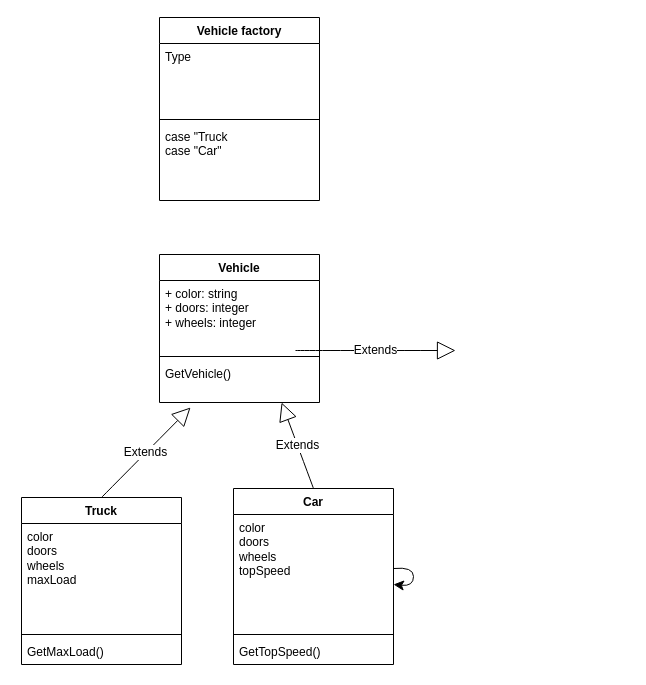
Earlier version of the draw.io diagram page "Page-2" (2 of 2) of firstTask.drawio (MacroFlower/NoroffFirst). Source tidied: cells renumbered, new cells numbered last; positions are measured from the earlier drawing's top-left corner, leaving out a move shared by most shapes. Both pictures are drawn from the tidied source at 100%, with x=0, y=0 at pixel (21, 17).
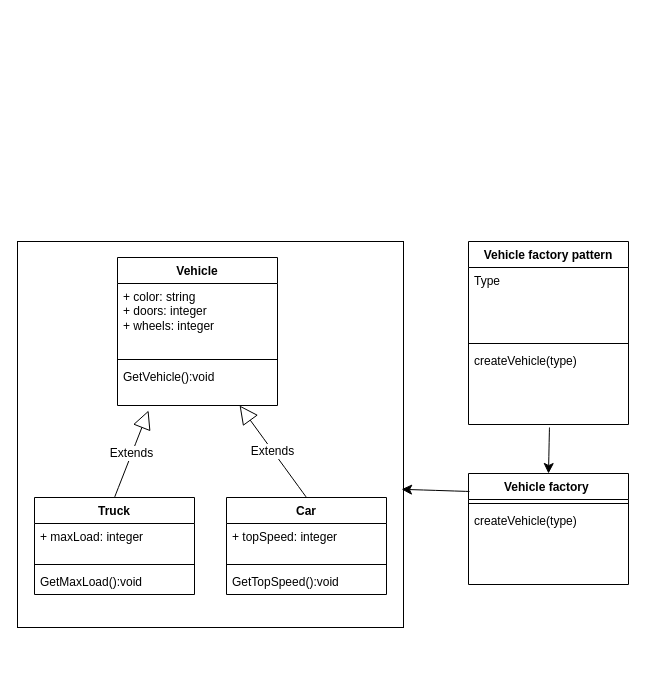
The same page after the edit.

Change to the diagram source:
```diff
@@
+    <mxCell id="22" style="whiteSpace=wrap;html=1;" parent="1" vertex="1">
+      <mxGeometry x="-4" y="224" width="386" height="386" as="geometry" />
+    </mxCell>
     <mxCell id="2" value="Truck" style="swimlane;fontStyle=1;align=center;verticalAlign=top;horizontal=1;startSize=26;whiteSpace=wrap;html=1;" parent="1" vertex="1">
-      <mxGeometry y="480" width="160" height="167" as="geometry" />
+      <mxGeometry x="13" y="480" width="160" height="97" as="geometry" />
     </mxCell>
-    <mxCell id="3" value="color&lt;div&gt;doors&lt;/div&gt;&lt;div&gt;wheels&lt;/div&gt;&lt;div&gt;maxLoad&lt;/div&gt;" style="text;strokeColor=none;fillColor=none;align=left;verticalAlign=top;spacingLeft=4;spacingRight=4;overflow=hidden;whiteSpace=wrap;html=1;" parent="2" vertex="1">
-      <mxGeometry y="26" width="160" height="107" as="geometry" />
+    <mxCell id="3" value="&lt;div&gt;+ maxLoad: integer&lt;/div&gt;" style="text;strokeColor=none;fillColor=none;align=left;verticalAlign=top;spacingLeft=4;spacingRight=4;overflow=hidden;whiteSpace=wrap;html=1;" parent="2" vertex="1">
+      <mxGeometry y="26" width="160" height="37" as="geometry" />
     </mxCell>
     <mxCell id="4" style="line;strokeWidth=1;fillColor=none;align=left;verticalAlign=middle;spacingTop=-1;spacingLeft=3;spacingRight=3;labelPosition=right;strokeColor=inherit;" parent="2" vertex="1">
-      <mxGeometry y="133" width="160" height="8" as="geometry" />
+      <mxGeometry y="63" width="160" height="8" as="geometry" />
     </mxCell>
-    <mxCell id="5" value="GetMaxLoad()" style="text;strokeColor=none;fillColor=none;align=left;verticalAlign=top;spacingLeft=4;spacingRight=4;overflow=hidden;whiteSpace=wrap;html=1;" parent="2" vertex="1">
-      <mxGeometry y="141" width="160" height="26" as="geometry" />
+    <mxCell id="5" value="GetMaxLoad():void" style="text;strokeColor=none;fillColor=none;align=left;verticalAlign=top;spacingLeft=4;spacingRight=4;overflow=hidden;whiteSpace=wrap;html=1;" parent="2" vertex="1">
+      <mxGeometry y="71" width="160" height="26" as="geometry" />
     </mxCell>
     <mxCell id="6" value="Car" style="swimlane;fontStyle=1;align=center;verticalAlign=top;horizontal=1;startSize=26;whiteSpace=wrap;html=1;" parent="1" vertex="1">
-      <mxGeometry x="212" y="471" width="160" height="176" as="geometry" />
+      <mxGeometry x="205" y="480" width="160" height="97" as="geometry" />
     </mxCell>
-    <mxCell id="7" value="color&lt;div&gt;doors&lt;/div&gt;&lt;div&gt;wheels&lt;/div&gt;&lt;div&gt;topSpeed&lt;/div&gt;" style="text;strokeColor=none;fillColor=none;align=left;verticalAlign=top;spacingLeft=4;spacingRight=4;overflow=hidden;whiteSpace=wrap;html=1;" parent="6" vertex="1">
-      <mxGeometry y="26" width="160" height="116" as="geometry" />
+    <mxCell id="7" value="&lt;div&gt;+ topSpeed: integer&lt;/div&gt;" style="text;strokeColor=none;fillColor=none;align=left;verticalAlign=top;spacingLeft=4;spacingRight=4;overflow=hidden;whiteSpace=wrap;html=1;" parent="6" vertex="1">
+      <mxGeometry y="26" width="160" height="37" as="geometry" />
     </mxCell>
     <mxCell id="8" style="line;strokeWidth=1;fillColor=none;align=left;verticalAlign=middle;spacingTop=-1;spacingLeft=3;spacingRight=3;labelPosition=right;strokeColor=inherit;" parent="6" vertex="1">
-      <mxGeometry y="142" width="160" height="8" as="geometry" />
+      <mxGeometry y="63" width="160" height="8" as="geometry" />
     </mxCell>
-    <mxCell id="9" value="GetTopSpeed()" style="text;strokeColor=none;fillColor=none;align=left;verticalAlign=top;spacingLeft=4;spacingRight=4;overflow=hidden;whiteSpace=wrap;html=1;" parent="6" vertex="1">
-      <mxGeometry y="150" width="160" height="26" as="geometry" />
+    <mxCell id="9" value="GetTopSpeed():void" style="text;strokeColor=none;fillColor=none;align=left;verticalAlign=top;spacingLeft=4;spacingRight=4;overflow=hidden;whiteSpace=wrap;html=1;" parent="6" vertex="1">
+      <mxGeometry y="71" width="160" height="26" as="geometry" />
     </mxCell>
     <mxCell id="10" value="Vehicle" style="swimlane;fontStyle=1;align=center;verticalAlign=top;horizontal=1;startSize=26;whiteSpace=wrap;html=1;" parent="1" vertex="1">
-      <mxGeometry x="138" y="237" width="160" height="148" as="geometry" />
+      <mxGeometry x="96" y="240" width="160" height="148" as="geometry" />
     </mxCell>
@@
-    <mxCell id="13" value="GetVehicle()" style="text;strokeColor=none;fillColor=none;align=left;verticalAlign=top;spacingLeft=4;spacingRight=4;overflow=hidden;points=[[0,0.5],[1,0.5]];portConstraint=eastwest;whiteSpace=wrap;html=1;" parent="10" vertex="1">
+    <mxCell id="13" value="GetVehicle():void" style="text;strokeColor=none;fillColor=none;align=left;verticalAlign=top;spacingLeft=4;spacingRight=4;overflow=hidden;points=[[0,0.5],[1,0.5]];portConstraint=eastwest;whiteSpace=wrap;html=1;" parent="10" vertex="1">
       <mxGeometry y="106" width="160" height="42" as="geometry" />
     </mxCell>
-    <mxCell id="14" value="Vehicle factory" style="swimlane;fontStyle=1;align=center;verticalAlign=top;horizontal=1;startSize=26;whiteSpace=wrap;html=1;" parent="1" vertex="1">
-      <mxGeometry x="138" width="160" height="183" as="geometry" />
-    </mxCell>
+    <mxCell id="19" value="Extends" style="endArrow=block;endSize=16;endFill=0;html=1;rounded=0;fontSize=12;curved=1;exitX=0.5;exitY=0;exitDx=0;exitDy=0;entryX=0.194;entryY=1.119;entryDx=0;entryDy=0;entryPerimeter=0;" parent="1" edge="1" source="2" target="13">
+      <mxGeometry relative="1" as="geometry" />
+    </mxCell>
+    <mxCell id="21" value="Extends" style="endArrow=block;endSize=16;endFill=0;html=1;rounded=0;fontSize=12;curved=1;entryX=0.763;entryY=1;entryDx=0;entryDy=0;entryPerimeter=0;exitX=0.5;exitY=0;exitDx=0;exitDy=0;" parent="1" edge="1" source="6" target="13">
+      <mxGeometry relative="1" as="geometry" />
+    </mxCell>
+    <mxCell id="23" value="Vehicle factory pattern" style="swimlane;fontStyle=1;align=center;verticalAlign=top;horizontal=1;startSize=26;whiteSpace=wrap;html=1;" parent="1" vertex="1">
+      <mxGeometry x="447" y="224" width="160" height="183" as="geometry" />
+    </mxCell>
-    <mxCell id="15" value="Type" style="text;strokeColor=none;fillColor=none;align=left;verticalAlign=top;spacingLeft=4;spacingRight=4;overflow=hidden;whiteSpace=wrap;html=1;" parent="14" vertex="1">
+    <mxCell id="15" value="Type" style="text;strokeColor=none;fillColor=none;align=left;verticalAlign=top;spacingLeft=4;spacingRight=4;overflow=hidden;whiteSpace=wrap;html=1;" parent="23" vertex="1">
       <mxGeometry y="26" width="160" height="72" as="geometry" />
     </mxCell>
-    <mxCell id="16" style="line;strokeWidth=1;fillColor=none;align=left;verticalAlign=middle;spacingTop=-1;spacingLeft=3;spacingRight=3;labelPosition=right;strokeColor=inherit;" parent="14" vertex="1">
+    <mxCell id="16" style="line;strokeWidth=1;fillColor=none;align=left;verticalAlign=middle;spacingTop=-1;spacingLeft=3;spacingRight=3;labelPosition=right;strokeColor=inherit;" parent="23" vertex="1">
       <mxGeometry y="98" width="160" height="8" as="geometry" />
     </mxCell>
-    <mxCell id="17" value="case &quot;Truck&lt;div&gt;case &quot;Car&quot;&lt;/div&gt;" style="text;strokeColor=none;fillColor=none;align=left;verticalAlign=top;spacingLeft=4;spacingRight=4;overflow=hidden;whiteSpace=wrap;html=1;" parent="14" vertex="1">
-      <mxGeometry y="106" width="160" height="77" as="geometry" />
-    </mxCell>
-    <mxCell id="18" value="Extends" style="endArrow=block;endSize=16;endFill=0;html=1;rounded=0;fontSize=12;curved=1;" parent="1" edge="1">
-      <mxGeometry relative="1" as="geometry">
-        <mxPoint x="274" y="333" as="sourcePoint" />
-        <mxPoint x="434" y="333" as="targetPoint" />
-      </mxGeometry>
-    </mxCell>
-    <mxCell id="19" value="Extends" style="endArrow=block;endSize=16;endFill=0;html=1;rounded=0;fontSize=12;curved=1;exitX=0.5;exitY=0;exitDx=0;exitDy=0;entryX=0.194;entryY=1.119;entryDx=0;entryDy=0;entryPerimeter=0;" parent="1" edge="1" source="2" target="13">
-      <mxGeometry relative="1" as="geometry" />
-    </mxCell>
-    <mxCell id="20" style="edgeStyle=none;curved=1;rounded=0;orthogonalLoop=1;jettySize=auto;html=1;fontSize=12;startSize=8;endSize=8;" parent="1" edge="1" source="6" target="6">
-      <mxGeometry relative="1" as="geometry" />
-    </mxCell>
-    <mxCell id="21" value="Extends" style="endArrow=block;endSize=16;endFill=0;html=1;rounded=0;fontSize=12;curved=1;entryX=0.763;entryY=1;entryDx=0;entryDy=0;entryPerimeter=0;exitX=0.5;exitY=0;exitDx=0;exitDy=0;" parent="1" edge="1" source="6" target="13">
-      <mxGeometry relative="1" as="geometry" />
-    </mxCell>
+    <mxCell id="24" value="createVehicle(type)" style="text;strokeColor=none;fillColor=none;align=left;verticalAlign=top;spacingLeft=4;spacingRight=4;overflow=hidden;points=[[0,0.5],[1,0.5]];portConstraint=eastwest;whiteSpace=wrap;html=1;" parent="23" vertex="1">
+      <mxGeometry y="106" width="160" height="77" as="geometry" />
+    </mxCell>
+    <mxCell id="14" value="Vehicle factory&amp;nbsp;" style="swimlane;fontStyle=1;align=center;verticalAlign=top;horizontal=1;startSize=26;whiteSpace=wrap;html=1;" parent="1" vertex="1">
+      <mxGeometry x="447" y="456" width="160" height="111" as="geometry" />
+    </mxCell>
+    <mxCell id="25" style="line;strokeWidth=1;fillColor=none;align=left;verticalAlign=middle;spacingTop=-1;spacingLeft=3;spacingRight=3;labelPosition=right;strokeColor=inherit;" parent="14" vertex="1">
+      <mxGeometry y="26" width="160" height="8" as="geometry" />
+    </mxCell>
+    <mxCell id="26" value="createVehicle(type)" style="text;strokeColor=none;fillColor=none;align=left;verticalAlign=top;spacingLeft=4;spacingRight=4;overflow=hidden;whiteSpace=wrap;html=1;" parent="14" vertex="1">
+      <mxGeometry y="34" width="160" height="77" as="geometry" />
+    </mxCell>
+    <mxCell id="27" style="endArrow=classic;html=1;rounded=0;fontSize=12;startSize=8;endSize=8;curved=1;exitX=0.006;exitY=0.162;exitDx=0;exitDy=0;exitPerimeter=0;entryX=0.995;entryY=0.642;entryDx=0;entryDy=0;entryPerimeter=0;" parent="1" edge="1" source="14" target="22">
+      <mxGeometry relative="1" as="geometry" />
+    </mxCell>
+    <mxCell id="28" style="endArrow=classic;html=1;rounded=0;fontSize=12;startSize=8;endSize=8;curved=1;exitX=0.506;exitY=1.039;exitDx=0;exitDy=0;exitPerimeter=0;entryX=0.5;entryY=0;entryDx=0;entryDy=0;" parent="1" edge="1" source="24" target="14">
+      <mxGeometry relative="1" as="geometry" />
+    </mxCell>
```
